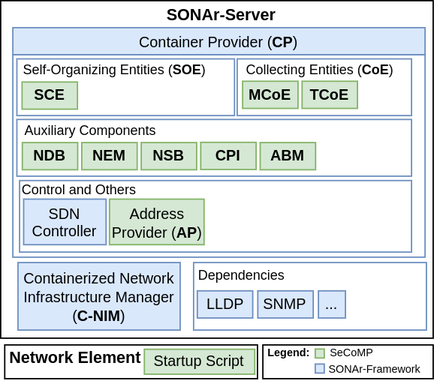
This is images/secomp.png from mauriciog/sonar-pres, a draw.io export, as it was before one commit. Source tidied: cells renumbered, new cells last; positions are measured from the earlier drawing's top-left corner, leaving out a move shared by most shapes. The source it was exported from:
```xml
<mxGraphModel>
  <root>
    <mxCell id="0" />
    <mxCell id="1" parent="0" />
    <mxCell id="2" style="rounded=0;whiteSpace=wrap;html=1;shadow=0;" parent="1" vertex="1">
      <mxGeometry x="194" y="255" width="126" height="25" as="geometry" />
    </mxCell>
    <mxCell id="3" style="rounded=0;whiteSpace=wrap;html=1;" parent="1" vertex="1">
      <mxGeometry width="320" height="250" as="geometry" />
    </mxCell>
    <mxCell id="4" style="rounded=0;whiteSpace=wrap;html=1;glass=0;comic=0;strokeColor=#6c8ebf;fillColor=none;fontStyle=0;" parent="1" vertex="1">
      <mxGeometry x="9" y="40" width="305" height="150" as="geometry" />
    </mxCell>
    <mxCell id="5" value="&lt;font style=&quot;font-size: 11px&quot;&gt;Containerized Network Infrastructure Manager (&lt;b&gt;C-NIM&lt;/b&gt;)&lt;/font&gt;" style="rounded=0;whiteSpace=wrap;html=1;glass=0;comic=0;strokeColor=#6c8ebf;fillColor=#dae8fc;fontStyle=0;" parent="1" vertex="1">
      <mxGeometry x="12.8" y="194" width="120" height="50" as="geometry" />
    </mxCell>
    <mxCell id="6" value="&lt;span style=&quot;font-size: 11px&quot;&gt;Container Provider (&lt;b&gt;CP&lt;/b&gt;)&lt;/span&gt;" style="rounded=0;whiteSpace=wrap;html=1;glass=0;comic=0;strokeColor=#6c8ebf;fillColor=#dae8fc;fontStyle=0;" parent="1" vertex="1">
      <mxGeometry x="9" y="20" width="305" height="20" as="geometry" />
    </mxCell>
    <mxCell id="7" style="whiteSpace=wrap;html=1;fillColor=#d5e8d4;fontSize=8;strokeColor=#82b366;" parent="1" vertex="1">
      <mxGeometry x="232.8" y="258" width="6.7" height="6.7" as="geometry" />
    </mxCell>
    <mxCell id="8" style="rounded=0;whiteSpace=wrap;html=1;glass=0;comic=0;align=left;fontStyle=1;strokeColor=#6c8ebf;fontSize=11;fillColor=none;" parent="1" vertex="1">
      <mxGeometry x="12" y="88" width="292" height="42" as="geometry" />
    </mxCell>
    <mxCell id="9" value="&lt;b&gt;NDB&lt;/b&gt;" style="rounded=0;whiteSpace=wrap;html=1;glass=0;comic=0;strokeColor=#82b366;fillColor=#d5e8d4;fontStyle=0;fontSize=11;" parent="1" vertex="1">
      <mxGeometry x="16" y="105.1" width="41" height="20.1" as="geometry" />
    </mxCell>
    <mxCell id="10" value="&lt;b&gt;NEM&lt;/b&gt;" style="rounded=0;whiteSpace=wrap;html=1;glass=0;comic=0;strokeColor=#82b366;fillColor=#d5e8d4;fontStyle=0;fontSize=11;" parent="1" vertex="1">
      <mxGeometry x="60" y="105.1" width="41" height="20.1" as="geometry" />
    </mxCell>
    <mxCell id="11" value="&lt;font style=&quot;font-size: 10px&quot;&gt;Auxiliary Components&lt;/font&gt;" style="text;html=1;strokeColor=none;fillColor=none;align=left;verticalAlign=middle;whiteSpace=wrap;rounded=0;glass=0;comic=0;fontStyle=0;fontSize=11;" parent="1" vertex="1">
      <mxGeometry x="15.6" y="86.1" width="130.5" height="20" as="geometry" />
    </mxCell>
    <mxCell id="12" style="rounded=0;whiteSpace=wrap;html=1;glass=0;comic=0;align=left;fontStyle=1;fillColor=none;strokeColor=#6c8ebf;fontSize=11;" parent="1" vertex="1">
      <mxGeometry x="14" y="133.2" width="290" height="53" as="geometry" />
    </mxCell>
    <mxCell id="13" value="&lt;font style=&quot;font-size: 10px&quot;&gt;Control and Others&lt;/font&gt;" style="text;html=1;strokeColor=none;fillColor=none;align=left;verticalAlign=middle;whiteSpace=wrap;rounded=0;glass=0;comic=0;fontStyle=0;fontSize=11;" parent="1" vertex="1">
      <mxGeometry x="14" y="130" width="130.5" height="20" as="geometry" />
    </mxCell>
    <mxCell id="14" value="SDN Controller" style="rounded=0;whiteSpace=wrap;html=1;glass=0;comic=0;strokeColor=#6c8ebf;fillColor=#dae8fc;fontStyle=0;fontSize=11;" parent="1" vertex="1">
      <mxGeometry x="17" y="147" width="61" height="33.8" as="geometry" />
    </mxCell>
    <mxCell id="15" value="&lt;span style=&quot;font-size: 11px&quot;&gt;Address Provider (&lt;b&gt;AP&lt;/b&gt;)&lt;/span&gt;" style="rounded=0;whiteSpace=wrap;html=1;glass=0;comic=0;strokeColor=#82b366;fillColor=#d5e8d4;fontStyle=0;" parent="1" vertex="1">
      <mxGeometry x="80.5" y="147" width="70" height="33.8" as="geometry" />
    </mxCell>
    <mxCell id="16" style="rounded=0;whiteSpace=wrap;html=1;glass=0;comic=0;align=left;fontStyle=1;fillColor=none;strokeColor=#6c8ebf;fontSize=11;" parent="1" vertex="1">
      <mxGeometry x="142.8" y="194" width="172.2" height="50" as="geometry" />
    </mxCell>
    <mxCell id="17" value="LLDP" style="rounded=0;whiteSpace=wrap;html=1;glass=0;comic=0;strokeColor=#6c8ebf;fillColor=#dae8fc;fontStyle=0;fontSize=11;" parent="1" vertex="1">
      <mxGeometry x="145.5" y="214.9" width="41" height="20.1" as="geometry" />
    </mxCell>
    <mxCell id="18" value="SNMP" style="rounded=0;whiteSpace=wrap;html=1;glass=0;comic=0;strokeColor=#6c8ebf;fillColor=#dae8fc;fontStyle=0;fontSize=11;" parent="1" vertex="1">
      <mxGeometry x="190.2" y="214.9" width="41" height="20.1" as="geometry" />
    </mxCell>
    <mxCell id="19" value="..." style="rounded=0;whiteSpace=wrap;html=1;glass=0;comic=0;strokeColor=#6c8ebf;fillColor=#dae8fc;fontStyle=0;fontSize=11;" parent="1" vertex="1">
      <mxGeometry x="235.1" y="214.9" width="20" height="20.1" as="geometry" />
    </mxCell>
    <mxCell id="20" value="&lt;b&gt;NSB&lt;/b&gt;" style="rounded=0;whiteSpace=wrap;html=1;glass=0;comic=0;strokeColor=#82b366;fillColor=#d5e8d4;fontStyle=0;fontSize=11;" parent="1" vertex="1">
      <mxGeometry x="104" y="105.1" width="41" height="20.1" as="geometry" />
    </mxCell>
    <mxCell id="21" value="&lt;font style=&quot;font-size: 10px&quot;&gt;Dependencies&lt;/font&gt;" style="text;html=1;strokeColor=none;fillColor=none;align=center;verticalAlign=middle;whiteSpace=wrap;rounded=0;glass=0;comic=0;fontStyle=0;fontSize=11;" parent="1" vertex="1">
      <mxGeometry x="139.8" y="193" width="76.8" height="20" as="geometry" />
    </mxCell>
    <mxCell id="22" style="rounded=0;whiteSpace=wrap;html=1;glass=0;comic=0;align=left;fontStyle=1;strokeColor=#6c8ebf;fontSize=11;fillColor=none;" parent="1" vertex="1">
      <mxGeometry x="175" y="43.1" width="129" height="42" as="geometry" />
    </mxCell>
    <mxCell id="23" value="&lt;b&gt;MCoE&lt;/b&gt;" style="rounded=0;whiteSpace=wrap;html=1;glass=0;comic=0;strokeColor=#82b366;fillColor=#d5e8d4;fontStyle=0;fontSize=11;" parent="1" vertex="1">
      <mxGeometry x="179" y="59.7" width="41" height="20.1" as="geometry" />
    </mxCell>
    <mxCell id="24" value="&lt;b&gt;TCoE&lt;/b&gt;" style="rounded=0;whiteSpace=wrap;html=1;glass=0;comic=0;strokeColor=#82b366;fillColor=#d5e8d4;fontStyle=0;fontSize=11;" parent="1" vertex="1">
      <mxGeometry x="223" y="59.7" width="41" height="20.1" as="geometry" />
    </mxCell>
    <mxCell id="25" value="&lt;font style=&quot;font-size: 10px&quot;&gt;Collecting Entities (&lt;b&gt;CoE&lt;/b&gt;)&lt;/font&gt;" style="text;html=1;strokeColor=none;fillColor=none;align=left;verticalAlign=middle;whiteSpace=wrap;rounded=0;glass=0;comic=0;fontStyle=0;fontSize=11;" parent="1" vertex="1">
      <mxGeometry x="179.6" y="40.7" width="130.5" height="20" as="geometry" />
    </mxCell>
    <mxCell id="26" style="rounded=0;whiteSpace=wrap;html=1;glass=0;comic=0;align=left;fontStyle=1;strokeColor=#6c8ebf;fontSize=11;fillColor=none;" parent="1" vertex="1">
      <mxGeometry x="12" y="43.1" width="161" height="42" as="geometry" />
    </mxCell>
    <mxCell id="27" value="&lt;b&gt;SCE&lt;/b&gt;" style="rounded=0;whiteSpace=wrap;html=1;glass=0;comic=0;strokeColor=#82b366;fillColor=#d5e8d4;fontStyle=0;fontSize=11;" parent="1" vertex="1">
      <mxGeometry x="15.8" y="60.2" width="41" height="20.1" as="geometry" />
    </mxCell>
    <mxCell id="28" value="&lt;font style=&quot;font-size: 10px&quot;&gt;&lt;span style=&quot;text-align: center&quot;&gt;Self-Organizing Entities (&lt;/span&gt;&lt;b style=&quot;text-align: center&quot;&gt;SOE&lt;/b&gt;&lt;span style=&quot;text-align: center&quot;&gt;)&lt;/span&gt;&lt;/font&gt;" style="text;html=1;strokeColor=none;fillColor=none;align=left;verticalAlign=middle;whiteSpace=wrap;rounded=0;glass=0;comic=0;fontStyle=0;fontSize=11;" parent="1" vertex="1">
      <mxGeometry x="15.4" y="41.2" width="146.6" height="20" as="geometry" />
    </mxCell>
    <mxCell id="29" value="SeCoMP" style="text;html=1;strokeColor=none;fillColor=none;align=left;verticalAlign=middle;whiteSpace=wrap;rounded=0;glass=0;dashed=1;dashPattern=1 4;comic=0;fontSize=8;fontColor=#000000;" parent="1" vertex="1">
      <mxGeometry x="242" y="253.6" width="77" height="15.6" as="geometry" />
    </mxCell>
    <mxCell id="30" style="whiteSpace=wrap;html=1;fillColor=#dae8fc;fontSize=8;strokeColor=#6c8ebf;" parent="1" vertex="1">
      <mxGeometry x="232.8" y="269.2" width="6.7" height="6.7" as="geometry" />
    </mxCell>
    <mxCell id="31" value="&lt;font style=&quot;font-size: 8px&quot;&gt;SONAr-Framework&lt;/font&gt;" style="text;html=1;strokeColor=none;fillColor=none;align=left;verticalAlign=middle;whiteSpace=wrap;rounded=0;glass=0;dashed=1;dashPattern=1 4;comic=0;fontSize=8;fontColor=#000000;" parent="1" vertex="1">
      <mxGeometry x="241.3" y="264.7" width="77.7" height="15.6" as="geometry" />
    </mxCell>
    <mxCell id="32" style="rounded=0;whiteSpace=wrap;html=1;" parent="1" vertex="1">
      <mxGeometry x="3" y="255" width="187" height="25" as="geometry" />
    </mxCell>
    <mxCell id="33" value="&lt;div style=&quot;font-size: 12px&quot;&gt;&lt;span style=&quot;font-size: 12px&quot;&gt;&lt;b&gt;Network Element&lt;/b&gt;&lt;/span&gt;&lt;/div&gt;" style="text;html=1;strokeColor=none;fillColor=none;align=center;verticalAlign=middle;whiteSpace=wrap;rounded=0;glass=0;comic=0;fontStyle=0;fontSize=12;" parent="1" vertex="1">
      <mxGeometry y="253.6" width="111" height="20" as="geometry" />
    </mxCell>
    <mxCell id="34" value="Startup Script" style="rounded=0;whiteSpace=wrap;html=1;glass=0;comic=0;strokeColor=#82b366;fillColor=#d5e8d4;fontStyle=0;fontSize=11;" parent="1" vertex="1">
      <mxGeometry x="106.3" y="258.2" width="81.7" height="18.5" as="geometry" />
    </mxCell>
    <mxCell id="35" value="&lt;font style=&quot;font-size: 8px&quot;&gt;&lt;b&gt;Legend:&lt;/b&gt;&lt;/font&gt;" style="text;html=1;strokeColor=none;fillColor=none;align=center;verticalAlign=middle;whiteSpace=wrap;rounded=0;glass=0;dashed=1;dashPattern=1 4;comic=0;fontSize=11;fontColor=#000000;" parent="1" vertex="1">
      <mxGeometry x="203" y="252.4" width="21.4" height="15.6" as="geometry" />
    </mxCell>
    <mxCell id="36" value="&lt;b&gt;CPI&lt;/b&gt;" style="rounded=0;whiteSpace=wrap;html=1;glass=0;comic=0;strokeColor=#82b366;fillColor=#d5e8d4;fontStyle=0;fontSize=11;" parent="1" vertex="1">
      <mxGeometry x="148" y="104.9" width="41" height="20.1" as="geometry" />
    </mxCell>
    <mxCell id="37" value="&lt;b&gt;ABM&lt;/b&gt;" style="rounded=0;whiteSpace=wrap;html=1;glass=0;comic=0;strokeColor=#82b366;fillColor=#d5e8d4;fontStyle=0;fontSize=11;" parent="1" vertex="1">
      <mxGeometry x="192" y="105.1" width="41" height="20.1" as="geometry" />
    </mxCell>
    <mxCell id="38" value="&lt;div style=&quot;font-size: 12px&quot;&gt;&lt;span style=&quot;font-size: 12px&quot;&gt;&lt;b&gt;SONAr-Server&lt;/b&gt;&lt;/span&gt;&lt;/div&gt;" style="text;html=1;strokeColor=none;fillColor=none;align=center;verticalAlign=middle;whiteSpace=wrap;rounded=0;glass=0;comic=0;fontStyle=0;fontSize=12;" parent="1" vertex="1">
      <mxGeometry x="108" width="111" height="20" as="geometry" />
    </mxCell>
  </root>
</mxGraphModel>
```
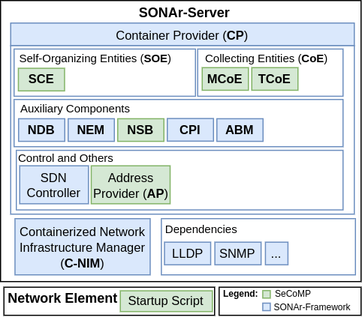
Later version of the same file.

What changed in the source:
```diff
@@ -23,10 +23,10 @@
     <mxCell id="8" style="rounded=0;whiteSpace=wrap;html=1;glass=0;comic=0;align=left;fontStyle=1;strokeColor=#6c8ebf;fontSize=11;fillColor=none;" parent="1" vertex="1">
       <mxGeometry x="12" y="88" width="292" height="42" as="geometry" />
     </mxCell>
-    <mxCell id="9" value="&lt;b&gt;NDB&lt;/b&gt;" style="rounded=0;whiteSpace=wrap;html=1;glass=0;comic=0;strokeColor=#82b366;fillColor=#d5e8d4;fontStyle=0;fontSize=11;" parent="1" vertex="1">
+    <mxCell id="9" value="&lt;b&gt;NDB&lt;/b&gt;" style="rounded=0;whiteSpace=wrap;html=1;glass=0;comic=0;strokeColor=#6c8ebf;fillColor=#dae8fc;fontStyle=0;fontSize=11;" parent="1" vertex="1">
       <mxGeometry x="16" y="105.1" width="41" height="20.1" as="geometry" />
     </mxCell>
-    <mxCell id="10" value="&lt;b&gt;NEM&lt;/b&gt;" style="rounded=0;whiteSpace=wrap;html=1;glass=0;comic=0;strokeColor=#82b366;fillColor=#d5e8d4;fontStyle=0;fontSize=11;" parent="1" vertex="1">
+    <mxCell id="10" value="&lt;b&gt;NEM&lt;/b&gt;" style="rounded=0;whiteSpace=wrap;html=1;glass=0;comic=0;strokeColor=#6c8ebf;fillColor=#dae8fc;fontStyle=0;fontSize=11;" parent="1" vertex="1">
       <mxGeometry x="60" y="105.1" width="41" height="20.1" as="geometry" />
     </mxCell>
     <mxCell id="11" value="&lt;font style=&quot;font-size: 10px&quot;&gt;Auxiliary Components&lt;/font&gt;" style="text;html=1;strokeColor=none;fillColor=none;align=left;verticalAlign=middle;whiteSpace=wrap;rounded=0;glass=0;comic=0;fontStyle=0;fontSize=11;" parent="1" vertex="1">
@@ -104,10 +104,10 @@
     <mxCell id="35" value="&lt;font style=&quot;font-size: 8px&quot;&gt;&lt;b&gt;Legend:&lt;/b&gt;&lt;/font&gt;" style="text;html=1;strokeColor=none;fillColor=none;align=center;verticalAlign=middle;whiteSpace=wrap;rounded=0;glass=0;dashed=1;dashPattern=1 4;comic=0;fontSize=11;fontColor=#000000;" parent="1" vertex="1">
       <mxGeometry x="203" y="252.4" width="21.4" height="15.6" as="geometry" />
     </mxCell>
-    <mxCell id="36" value="&lt;b&gt;CPI&lt;/b&gt;" style="rounded=0;whiteSpace=wrap;html=1;glass=0;comic=0;strokeColor=#82b366;fillColor=#d5e8d4;fontStyle=0;fontSize=11;" parent="1" vertex="1">
+    <mxCell id="36" value="&lt;b&gt;CPI&lt;/b&gt;" style="rounded=0;whiteSpace=wrap;html=1;glass=0;comic=0;strokeColor=#6c8ebf;fillColor=#dae8fc;fontStyle=0;fontSize=11;" parent="1" vertex="1">
       <mxGeometry x="148" y="104.9" width="41" height="20.1" as="geometry" />
     </mxCell>
-    <mxCell id="37" value="&lt;b&gt;ABM&lt;/b&gt;" style="rounded=0;whiteSpace=wrap;html=1;glass=0;comic=0;strokeColor=#82b366;fillColor=#d5e8d4;fontStyle=0;fontSize=11;" parent="1" vertex="1">
+    <mxCell id="37" value="&lt;b&gt;ABM&lt;/b&gt;" style="rounded=0;whiteSpace=wrap;html=1;glass=0;comic=0;strokeColor=#6c8ebf;fillColor=#dae8fc;fontStyle=0;fontSize=11;" parent="1" vertex="1">
       <mxGeometry x="192" y="105.1" width="41" height="20.1" as="geometry" />
     </mxCell>
     <mxCell id="38" value="&lt;div style=&quot;font-size: 12px&quot;&gt;&lt;span style=&quot;font-size: 12px&quot;&gt;&lt;b&gt;SONAr-Server&lt;/b&gt;&lt;/span&gt;&lt;/div&gt;" style="text;html=1;strokeColor=none;fillColor=none;align=center;verticalAlign=middle;whiteSpace=wrap;rounded=0;glass=0;comic=0;fontStyle=0;fontSize=12;" parent="1" vertex="1">
```
